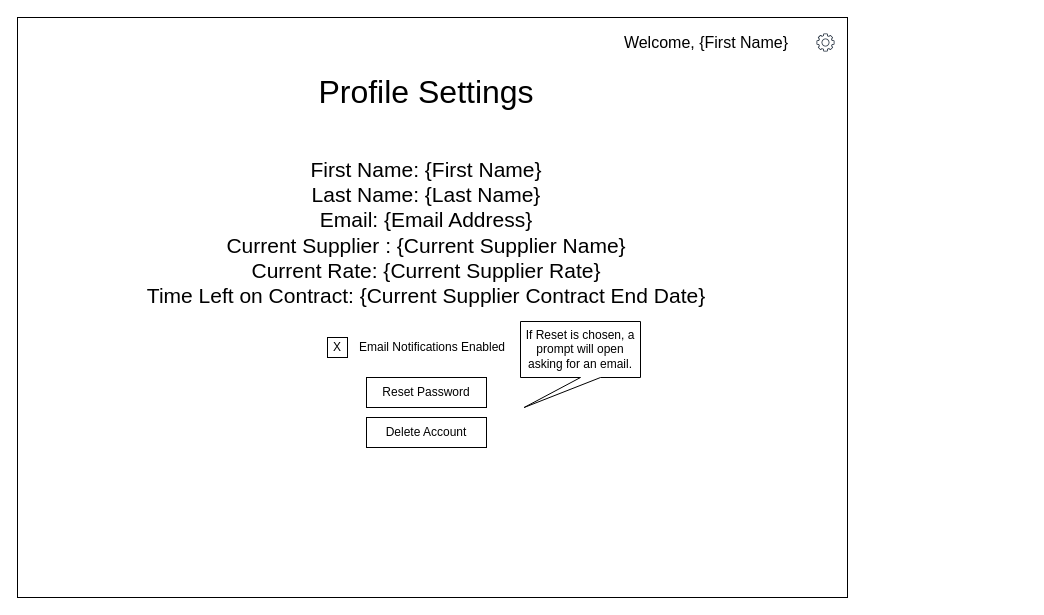
Above: page "Profile Settings" (6 of 6) of documentation/diagrams/Wireframes.drawio in PSUCapstone2023-Group1/Clean-Energy-PA (draw.io), before the change. Source tidied: cells renumbered, new cells numbered last; positions are measured from the earlier drawing's top-left corner, leaving out a move shared by most shapes. Both pictures are drawn from the tidied source at 100%, with x=0, y=0 at pixel (17, 17).
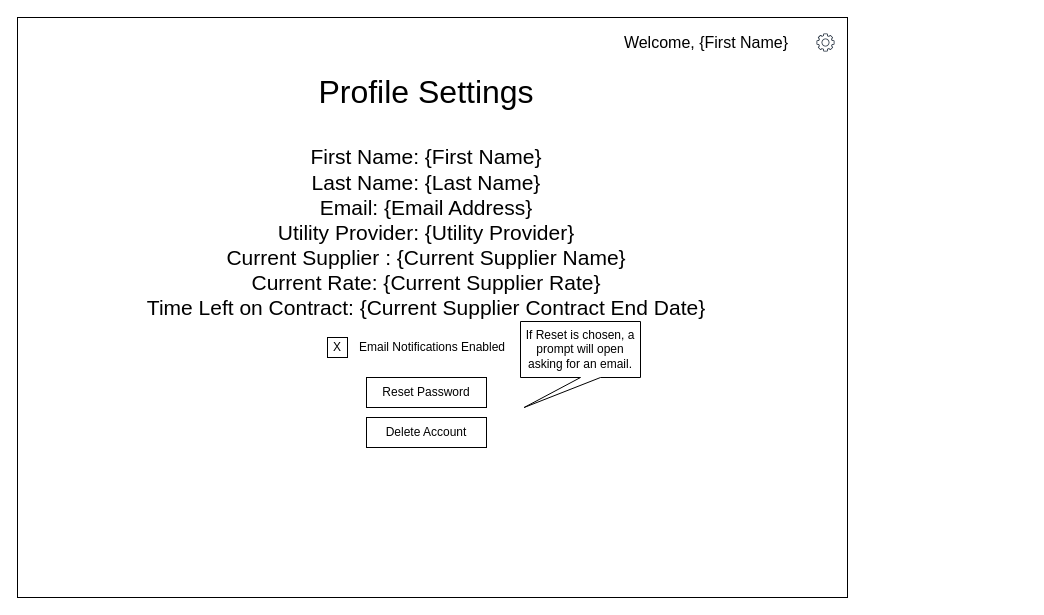
The same page after the edit.

The edit, as a diff of the source:
```diff
@@
 <mxGraphModel>
   <root>
     <mxCell id="0" />
     <mxCell id="1" parent="0" />
     <mxCell id="2" style="rounded=0;whiteSpace=wrap;html=1;" parent="1" vertex="1">
       <mxGeometry width="830" height="580" as="geometry" />
     </mxCell>
     <mxCell id="3" value="&lt;font style=&quot;font-size: 32px;&quot;&gt;Profile Settings&lt;/font&gt;" style="text;strokeColor=none;align=center;fillColor=none;html=1;verticalAlign=middle;whiteSpace=wrap;rounded=0;" parent="1" vertex="1">
       <mxGeometry x="89" y="60" width="640" height="30" as="geometry" />
     </mxCell>
     <mxCell id="4" value="Delete Account" style="rounded=0;whiteSpace=wrap;html=1;" parent="1" vertex="1">
       <mxGeometry x="349" y="400" width="120" height="30" as="geometry" />
     </mxCell>
     <mxCell id="5" style="sketch=0;fontColor=#232F3E;gradientColor=none;fillColor=#232F3D;strokeColor=none;dashed=0;verticalLabelPosition=bottom;verticalAlign=top;align=center;html=1;fontSize=12;fontStyle=0;shape=mxgraph.aws4.gear;" parent="1" vertex="1">
       <mxGeometry x="799" y="16" width="18" height="18" as="geometry" />
     </mxCell>
     <mxCell id="6" value="&lt;font style=&quot;font-size: 16px;&quot;&gt;Welcome, {First Name}&lt;/font&gt;" style="text;strokeColor=none;align=center;fillColor=none;html=1;verticalAlign=middle;whiteSpace=wrap;rounded=0;" parent="1" vertex="1">
       <mxGeometry x="369" y="10" width="640" height="30" as="geometry" />
     </mxCell>
-    <mxCell id="7" value="&lt;font style=&quot;font-size: 21px;&quot;&gt;First Name: {First Name}&lt;br&gt;Last Name: {Last Name}&lt;br&gt;Email: {Email Address}&lt;br&gt;Current Supplier : {Current Supplier Name}&lt;br&gt;Current Rate: {Current Supplier Rate}&lt;br&gt;Time Left on Contract: {Current Supplier Contract End Date}&lt;br&gt;&lt;/font&gt;" style="text;strokeColor=none;align=center;fillColor=none;html=1;verticalAlign=middle;whiteSpace=wrap;rounded=0;" parent="1" vertex="1">
+    <mxCell id="7" value="&lt;font style=&quot;font-size: 21px;&quot;&gt;First Name: {First Name}&lt;br&gt;Last Name: {Last Name}&lt;br&gt;Email: {Email Address}&lt;br&gt;Utility Provider: {Utility Provider}&lt;br&gt;Current Supplier : {Current Supplier Name}&lt;br&gt;Current Rate: {Current Supplier Rate}&lt;br&gt;Time Left on Contract: {Current Supplier Contract End Date}&lt;br&gt;&lt;/font&gt;" style="text;strokeColor=none;align=center;fillColor=none;html=1;verticalAlign=middle;whiteSpace=wrap;rounded=0;" parent="1" vertex="1">
       <mxGeometry x="89" y="200" width="640" height="30" as="geometry" />
     </mxCell>
     <mxCell id="8" style="rounded=0;whiteSpace=wrap;html=1;" parent="1" vertex="1">
       <mxGeometry x="310" y="320" width="20" height="20" as="geometry" />
     </mxCell>
     <mxCell id="9" value="X" style="text;strokeColor=none;align=center;fillColor=none;html=1;verticalAlign=middle;whiteSpace=wrap;rounded=0;" parent="1" vertex="1">
       <mxGeometry x="310" y="320" width="20" height="20" as="geometry" />
     </mxCell>
     <mxCell id="10" value="Email Notifications Enabled" style="text;strokeColor=none;align=center;fillColor=none;html=1;verticalAlign=middle;whiteSpace=wrap;rounded=0;" parent="1" vertex="1">
       <mxGeometry x="327" y="315" width="176" height="30" as="geometry" />
     </mxCell>
     <mxCell id="11" value="Reset Password" style="rounded=0;whiteSpace=wrap;html=1;" parent="1" vertex="1">
       <mxGeometry x="349" y="360" width="120" height="30" as="geometry" />
     </mxCell>
     <mxCell id="12" value="If Reset is chosen, a prompt will open asking for an email." style="shape=callout;whiteSpace=wrap;html=1;perimeter=calloutPerimeter;position2=0.03;" parent="1" vertex="1">
       <mxGeometry x="503" y="304" width="120" height="86" as="geometry" />
     </mxCell>
   </root>
 </mxGraphModel>
```
